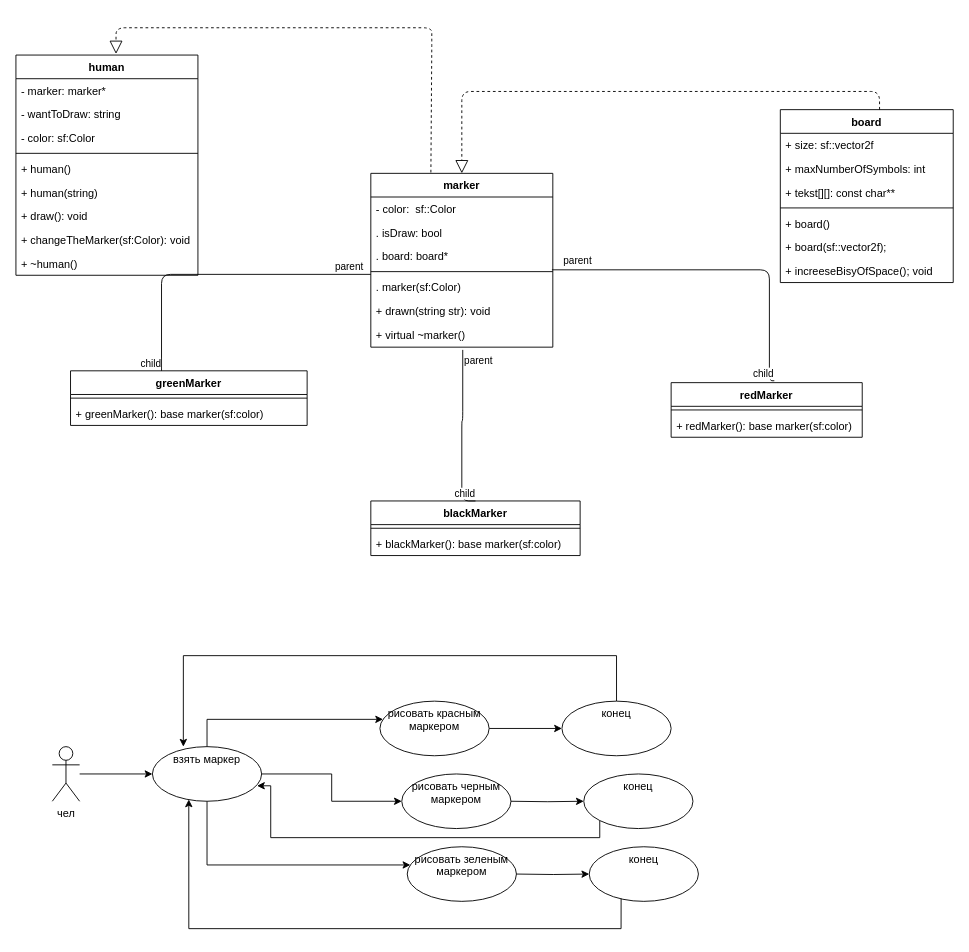
Earlier version of the draw.io diagram PENCILE.drawio (nfb1N/drawio). Source tidied: cells renumbered, new cells numbered last; positions are measured from the earlier drawing's top-left corner, leaving out a move shared by most shapes. Both pictures are drawn from the tidied source at 91%, with x=0, y=0 at pixel (15, 27).
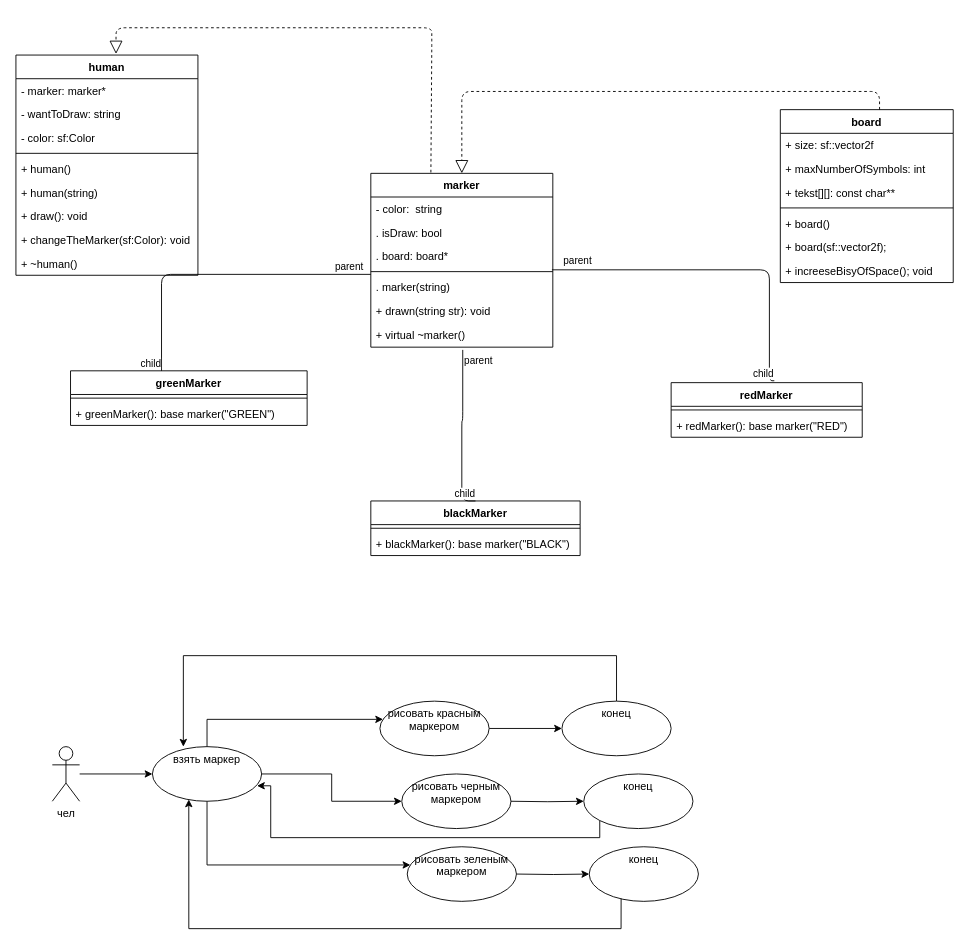
The same diagram, later.

The change refers to these unchanged cells:
```xml
<mxCell id="2" value="marker" style="swimlane;fontStyle=1;align=center;verticalAlign=top;horizontal=1;startSize=26;" parent="1" vertex="1">
  <mxGeometry x="390" y="160" width="200" height="191" as="geometry" />
</mxCell>
<mxCell id="10" value="redMarker" style="swimlane;fontStyle=1;align=center;verticalAlign=top;horizontal=1;startSize=26;" parent="1" vertex="1">
  <mxGeometry x="720" y="390" width="210" height="60" as="geometry" />
</mxCell>
<mxCell id="13" value="blackMarker" style="swimlane;fontStyle=1;align=center;verticalAlign=top;horizontal=1;startSize=26;" parent="1" vertex="1">
  <mxGeometry x="390" y="520" width="230" height="60" as="geometry" />
</mxCell>
<mxCell id="16" value="greenMarker" style="swimlane;fontStyle=1;align=center;verticalAlign=top;horizontal=1;startSize=26;" parent="1" vertex="1">
  <mxGeometry x="60" y="377" width="260" height="60" as="geometry" />
</mxCell>
```

What changed in the source:
```diff
@@
-    <mxCell id="3" value="- color:  sf::Color" style="text;strokeColor=none;fillColor=none;align=left;verticalAlign=top;spacingLeft=4;spacingRight=4;overflow=hidden;" parent="2" vertex="1">
+    <mxCell id="3" value="- color:  string" style="text;strokeColor=none;fillColor=none;align=left;verticalAlign=top;spacingLeft=4;spacingRight=4;overflow=hidden;" parent="2" vertex="1">
       <mxGeometry y="26" width="200" height="26" as="geometry" />
     </mxCell>
@@
-    <mxCell id="7" value=". marker(sf:Color)" style="text;strokeColor=none;fillColor=none;align=left;verticalAlign=top;spacingLeft=4;spacingRight=4;overflow=hidden;points=[[0,0.5],[1,0.5]];portConstraint=eastwest;" parent="2" vertex="1">
+    <mxCell id="7" value=". marker(string)" style="text;strokeColor=none;fillColor=none;align=left;verticalAlign=top;spacingLeft=4;spacingRight=4;overflow=hidden;points=[[0,0.5],[1,0.5]];portConstraint=eastwest;" parent="2" vertex="1">
       <mxGeometry y="112" width="200" height="26" as="geometry" />
     </mxCell>
@@
-    <mxCell id="12" value="+ redMarker(): base marker(sf:color)" style="text;strokeColor=none;fillColor=none;align=left;verticalAlign=top;spacingLeft=4;spacingRight=4;overflow=hidden;" parent="10" vertex="1">
+    <mxCell id="12" value="+ redMarker(): base marker(&quot;RED&quot;)" style="text;strokeColor=none;fillColor=none;align=left;verticalAlign=top;spacingLeft=4;spacingRight=4;overflow=hidden;" parent="10" vertex="1">
       <mxGeometry y="34" width="210" height="26" as="geometry" />
     </mxCell>
@@
-    <mxCell id="15" value="+ blackMarker(): base marker(sf:color)" style="text;strokeColor=none;fillColor=none;align=left;verticalAlign=top;spacingLeft=4;spacingRight=4;overflow=hidden;" parent="13" vertex="1">
+    <mxCell id="15" value="+ blackMarker(): base marker(&quot;BLACK&quot;)" style="text;strokeColor=none;fillColor=none;align=left;verticalAlign=top;spacingLeft=4;spacingRight=4;overflow=hidden;" parent="13" vertex="1">
       <mxGeometry y="34" width="230" height="26" as="geometry" />
     </mxCell>
@@
-    <mxCell id="18" value="+ greenMarker(): base marker(sf:color)" style="text;strokeColor=none;fillColor=none;align=left;verticalAlign=top;spacingLeft=4;spacingRight=4;overflow=hidden;" parent="16" vertex="1">
+    <mxCell id="18" value="+ greenMarker(): base marker(&quot;GREEN&quot;)" style="text;strokeColor=none;fillColor=none;align=left;verticalAlign=top;spacingLeft=4;spacingRight=4;overflow=hidden;" parent="16" vertex="1">
       <mxGeometry y="34" width="260" height="26" as="geometry" />
     </mxCell>
```
